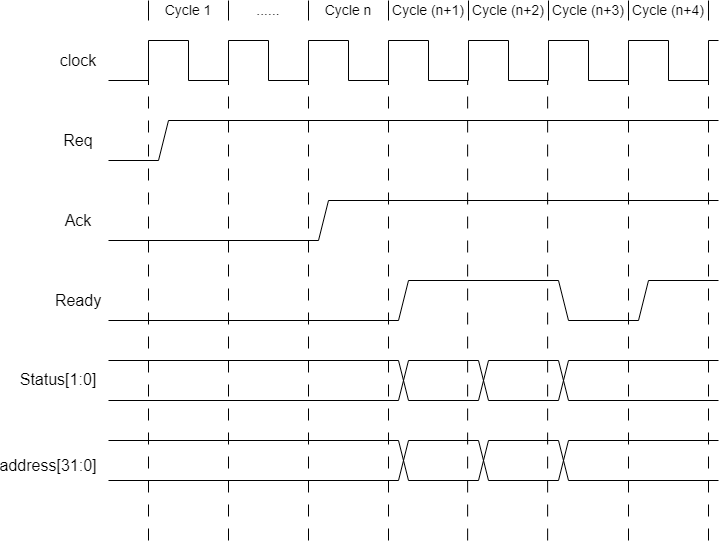
Above: blog/computer-base/Fundamentals-of-Computer-Architecture-and-Design/4/Bus-master-arbiter-handshake-protocol.png in zgjsxx/static-img-repo (draw.io), before the change. Source tidied: cells renumbered, new cells last; positions are measured from the earlier drawing's top-left corner, leaving out a move shared by most shapes.
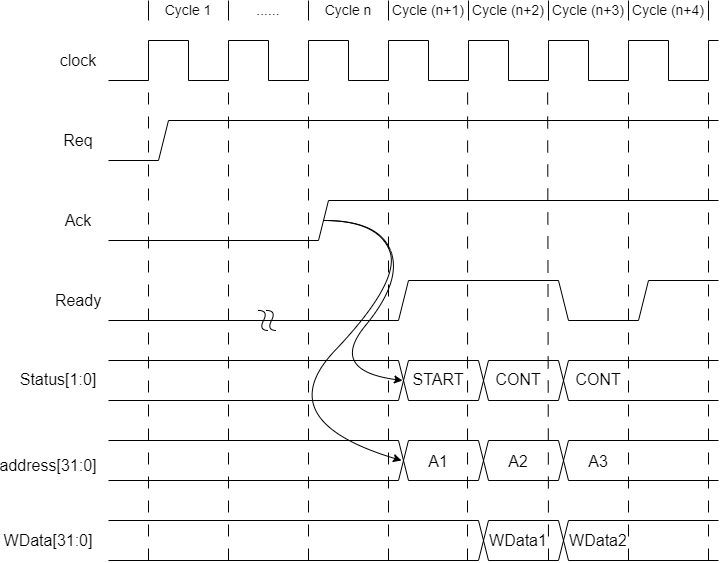
The same file after the commit.

Change to the diagram source:
```diff
@@ -376,49 +376,49 @@
     </mxCell>
     <mxCell id="70" style="endArrow=none;html=1;rounded=0;dashed=1;dashPattern=12 12;" parent="1" edge="1">
       <mxGeometry relative="1" as="geometry">
-        <mxPoint x="120" y="540" as="sourcePoint" />
+        <mxPoint x="120" y="560" as="sourcePoint" />
         <mxPoint x="120" y="80" as="targetPoint" />
       </mxGeometry>
     </mxCell>
     <mxCell id="71" style="endArrow=none;html=1;rounded=0;dashed=1;dashPattern=12 12;" parent="1" edge="1">
       <mxGeometry relative="1" as="geometry">
-        <mxPoint x="200" y="540" as="sourcePoint" />
+        <mxPoint x="200" y="560" as="sourcePoint" />
         <mxPoint x="200" y="80" as="targetPoint" />
       </mxGeometry>
     </mxCell>
     <mxCell id="72" style="endArrow=none;html=1;rounded=0;dashed=1;dashPattern=12 12;" parent="1" edge="1">
       <mxGeometry relative="1" as="geometry">
-        <mxPoint x="280" y="540" as="sourcePoint" />
+        <mxPoint x="280" y="560" as="sourcePoint" />
         <mxPoint x="280" y="80" as="targetPoint" />
       </mxGeometry>
     </mxCell>
     <mxCell id="73" style="endArrow=none;html=1;rounded=0;dashed=1;dashPattern=12 12;" parent="1" edge="1">
       <mxGeometry relative="1" as="geometry">
-        <mxPoint x="360" y="540" as="sourcePoint" />
+        <mxPoint x="360" y="560" as="sourcePoint" />
         <mxPoint x="360" y="80" as="targetPoint" />
       </mxGeometry>
     </mxCell>
     <mxCell id="74" style="endArrow=none;html=1;rounded=0;dashed=1;dashPattern=12 12;" parent="1" edge="1">
       <mxGeometry relative="1" as="geometry">
-        <mxPoint x="439.1" y="540" as="sourcePoint" />
+        <mxPoint x="439" y="560" as="sourcePoint" />
         <mxPoint x="439.1" y="80" as="targetPoint" />
       </mxGeometry>
     </mxCell>
     <mxCell id="75" style="endArrow=none;html=1;rounded=0;dashed=1;dashPattern=12 12;" parent="1" edge="1">
       <mxGeometry relative="1" as="geometry">
-        <mxPoint x="519.1" y="540" as="sourcePoint" />
+        <mxPoint x="520" y="560" as="sourcePoint" />
         <mxPoint x="519.1" y="80" as="targetPoint" />
       </mxGeometry>
     </mxCell>
     <mxCell id="76" style="endArrow=none;html=1;rounded=0;dashed=1;dashPattern=12 12;" parent="1" edge="1">
       <mxGeometry relative="1" as="geometry">
-        <mxPoint x="600" y="540" as="sourcePoint" />
+        <mxPoint x="600" y="560" as="sourcePoint" />
         <mxPoint x="600" y="80" as="targetPoint" />
       </mxGeometry>
     </mxCell>
     <mxCell id="77" style="endArrow=none;html=1;rounded=0;dashed=1;dashPattern=12 12;" parent="1" edge="1">
       <mxGeometry relative="1" as="geometry">
-        <mxPoint x="680" y="540" as="sourcePoint" />
+        <mxPoint x="680" y="560" as="sourcePoint" />
         <mxPoint x="680" y="80" as="targetPoint" />
       </mxGeometry>
     </mxCell>
@@ -569,5 +569,134 @@
         <mxPoint x="690" y="480" as="targetPoint" />
       </mxGeometry>
     </mxCell>
+    <mxCell id="103" value="&lt;font style=&quot;font-size: 16px;&quot;&gt;START&lt;/font&gt;" style="text;strokeColor=none;align=center;fillColor=none;html=1;verticalAlign=middle;whiteSpace=wrap;rounded=0;" parent="1" vertex="1">
+      <mxGeometry x="380" y="364" width="60" height="30" as="geometry" />
+    </mxCell>
+    <mxCell id="104" value="&lt;span style=&quot;font-size: 16px;&quot;&gt;CONT&lt;/span&gt;" style="text;strokeColor=none;align=center;fillColor=none;html=1;verticalAlign=middle;whiteSpace=wrap;rounded=0;" parent="1" vertex="1">
+      <mxGeometry x="460" y="364" width="60" height="30" as="geometry" />
+    </mxCell>
+    <mxCell id="105" value="&lt;span style=&quot;font-size: 16px;&quot;&gt;CONT&lt;/span&gt;" style="text;strokeColor=none;align=center;fillColor=none;html=1;verticalAlign=middle;whiteSpace=wrap;rounded=0;" parent="1" vertex="1">
+      <mxGeometry x="540" y="364" width="60" height="30" as="geometry" />
+    </mxCell>
+    <mxCell id="106" value="&lt;span style=&quot;font-size: 16px;&quot;&gt;A1&lt;/span&gt;" style="text;strokeColor=none;align=center;fillColor=none;html=1;verticalAlign=middle;whiteSpace=wrap;rounded=0;" parent="1" vertex="1">
+      <mxGeometry x="380" y="446" width="60" height="30" as="geometry" />
+    </mxCell>
+    <mxCell id="107" value="&lt;span style=&quot;font-size: 16px;&quot;&gt;A2&lt;/span&gt;" style="text;strokeColor=none;align=center;fillColor=none;html=1;verticalAlign=middle;whiteSpace=wrap;rounded=0;" parent="1" vertex="1">
+      <mxGeometry x="460" y="446" width="60" height="30" as="geometry" />
+    </mxCell>
+    <mxCell id="108" value="&lt;span style=&quot;font-size: 16px;&quot;&gt;A3&lt;/span&gt;" style="text;strokeColor=none;align=center;fillColor=none;html=1;verticalAlign=middle;whiteSpace=wrap;rounded=0;" parent="1" vertex="1">
+      <mxGeometry x="540" y="446" width="60" height="30" as="geometry" />
+    </mxCell>
+    <mxCell id="109" value="&lt;span style=&quot;font-size: 16px;&quot;&gt;WData[31:0]&lt;/span&gt;" style="text;strokeColor=none;align=center;fillColor=none;html=1;verticalAlign=middle;whiteSpace=wrap;rounded=0;" parent="1" vertex="1">
+      <mxGeometry y="525" width="40" height="30" as="geometry" />
+    </mxCell>
+    <mxCell id="110" style="endArrow=none;html=1;rounded=0;" parent="1" edge="1">
+      <mxGeometry relative="1" as="geometry">
+        <mxPoint x="80" y="520" as="sourcePoint" />
+        <mxPoint x="450" y="520" as="targetPoint" />
+      </mxGeometry>
+    </mxCell>
+    <mxCell id="111" style="endArrow=none;html=1;rounded=0;" parent="1" edge="1">
+      <mxGeometry relative="1" as="geometry">
+        <mxPoint x="80" y="560" as="sourcePoint" />
+        <mxPoint x="450" y="560" as="targetPoint" />
+      </mxGeometry>
+    </mxCell>
+    <mxCell id="112" style="endArrow=none;html=1;rounded=0;" parent="1" edge="1">
+      <mxGeometry relative="1" as="geometry">
+        <mxPoint x="450" y="560" as="sourcePoint" />
+        <mxPoint x="460" y="520" as="targetPoint" />
+      </mxGeometry>
+    </mxCell>
+    <mxCell id="113" style="endArrow=none;html=1;rounded=0;" parent="1" edge="1">
+      <mxGeometry relative="1" as="geometry">
+        <mxPoint x="460" y="560" as="sourcePoint" />
+        <mxPoint x="450" y="520" as="targetPoint" />
+      </mxGeometry>
+    </mxCell>
+    <mxCell id="114" style="endArrow=none;html=1;rounded=0;" parent="1" edge="1">
+      <mxGeometry relative="1" as="geometry">
+        <mxPoint x="460" y="520" as="sourcePoint" />
+        <mxPoint x="530" y="520" as="targetPoint" />
+      </mxGeometry>
+    </mxCell>
+    <mxCell id="115" style="endArrow=none;html=1;rounded=0;" parent="1" edge="1">
+      <mxGeometry relative="1" as="geometry">
+        <mxPoint x="460" y="560" as="sourcePoint" />
+        <mxPoint x="530" y="560" as="targetPoint" />
+      </mxGeometry>
+    </mxCell>
+    <mxCell id="116" style="endArrow=none;html=1;rounded=0;" parent="1" edge="1">
+      <mxGeometry relative="1" as="geometry">
+        <mxPoint x="540" y="560" as="sourcePoint" />
+        <mxPoint x="530" y="520" as="targetPoint" />
+      </mxGeometry>
+    </mxCell>
+    <mxCell id="117" style="endArrow=none;html=1;rounded=0;" parent="1" edge="1">
+      <mxGeometry relative="1" as="geometry">
+        <mxPoint x="530" y="560" as="sourcePoint" />
+        <mxPoint x="540" y="520" as="targetPoint" />
+      </mxGeometry>
+    </mxCell>
+    <mxCell id="118" style="endArrow=none;html=1;rounded=0;" parent="1" edge="1">
+      <mxGeometry relative="1" as="geometry">
+        <mxPoint x="540" y="560" as="sourcePoint" />
+        <mxPoint x="690" y="560" as="targetPoint" />
+      </mxGeometry>
+    </mxCell>
+    <mxCell id="119" style="endArrow=none;html=1;rounded=0;" parent="1" edge="1">
+      <mxGeometry relative="1" as="geometry">
+        <mxPoint x="540" y="520" as="sourcePoint" />
+        <mxPoint x="690" y="520" as="targetPoint" />
+      </mxGeometry>
+    </mxCell>
+    <mxCell id="120" value="&lt;span style=&quot;font-size: 16px;&quot;&gt;WData1&lt;/span&gt;" style="text;strokeColor=none;align=center;fillColor=none;html=1;verticalAlign=middle;whiteSpace=wrap;rounded=0;" parent="1" vertex="1">
+      <mxGeometry x="460" y="525" width="60" height="30" as="geometry" />
+    </mxCell>
+    <mxCell id="121" value="&lt;span style=&quot;font-size: 16px;&quot;&gt;WData2&lt;/span&gt;" style="text;strokeColor=none;align=center;fillColor=none;html=1;verticalAlign=middle;whiteSpace=wrap;rounded=0;" parent="1" vertex="1">
+      <mxGeometry x="540" y="525" width="60" height="30" as="geometry" />
+    </mxCell>
+    <mxCell id="122" style="curved=1;endArrow=classic;html=1;rounded=0;" parent="1" edge="1">
+      <mxGeometry relative="1" as="geometry">
+        <mxPoint x="296" y="220" as="sourcePoint" />
+        <mxPoint x="374" y="380" as="targetPoint" />
+        <Array as="points">
+          <mxPoint x="350" y="220" />
+          <mxPoint x="374" y="280" />
+          <mxPoint x="300" y="370" />
+        </Array>
+      </mxGeometry>
+    </mxCell>
+    <mxCell id="123" style="curved=1;endArrow=classic;html=1;rounded=0;" parent="1" edge="1">
+      <mxGeometry relative="1" as="geometry">
+        <mxPoint x="295" y="220" as="sourcePoint" />
+        <mxPoint x="373" y="460" as="targetPoint" />
+        <Array as="points">
+          <mxPoint x="349" y="220" />
+          <mxPoint x="373" y="280" />
+          <mxPoint x="240" y="420" />
+        </Array>
+      </mxGeometry>
+    </mxCell>
+    <mxCell id="124" style="curved=1;endArrow=none;html=1;rounded=0;endFill=0;" parent="1" edge="1">
+      <mxGeometry relative="1" as="geometry">
+        <mxPoint x="230" y="310" as="sourcePoint" />
+        <mxPoint x="240" y="330" as="targetPoint" />
+        <Array as="points">
+          <mxPoint x="240" y="310" />
+          <mxPoint x="230" y="330" />
+        </Array>
+      </mxGeometry>
+    </mxCell>
+    <mxCell id="125" style="curved=1;endArrow=none;html=1;rounded=0;endFill=0;" parent="1" edge="1">
+      <mxGeometry relative="1" as="geometry">
+        <mxPoint x="238" y="310" as="sourcePoint" />
+        <mxPoint x="248" y="330" as="targetPoint" />
+        <Array as="points">
+          <mxPoint x="248" y="310" />
+          <mxPoint x="238" y="330" />
+        </Array>
+      </mxGeometry>
+    </mxCell>
   </root>
 </mxGraphModel>
```
